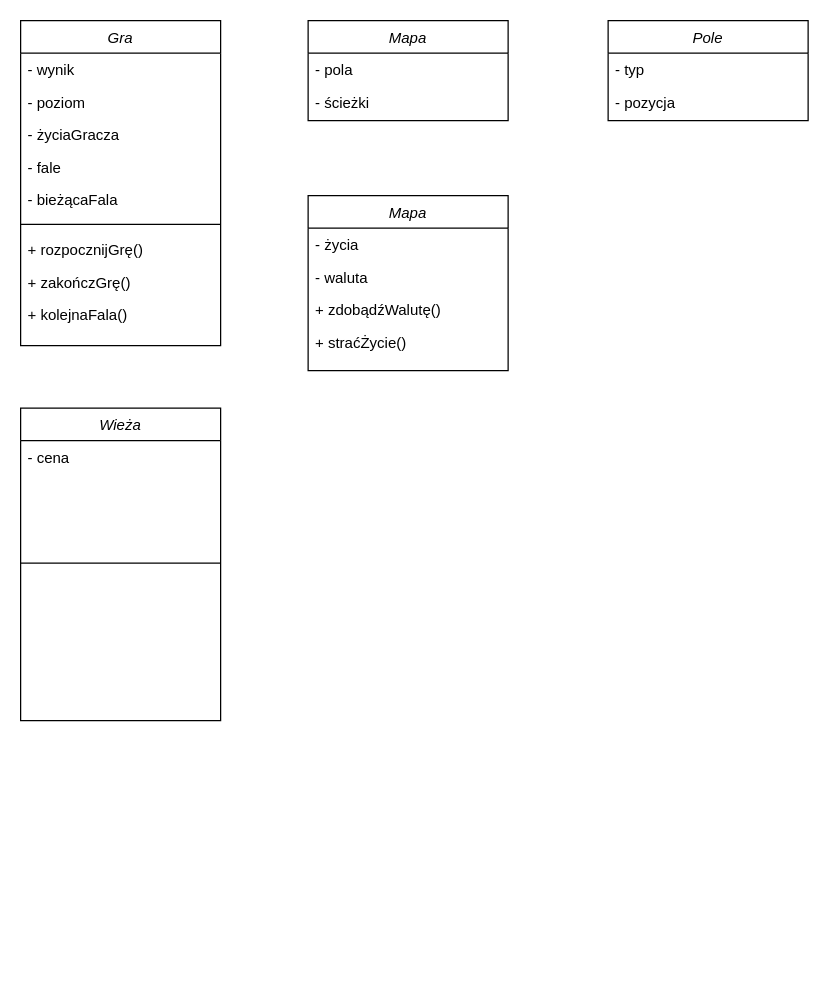
The draw.io diagram DiagramKlas.drawio in StefanMk2/Projekt_td, before the edit. Source tidied: cells renumbered, new cells numbered last; positions are measured from the earlier drawing's top-left corner, leaving out a move shared by most shapes. Both pictures are drawn from the tidied source at 125%, with x=0, y=0 at pixel (20, 20).
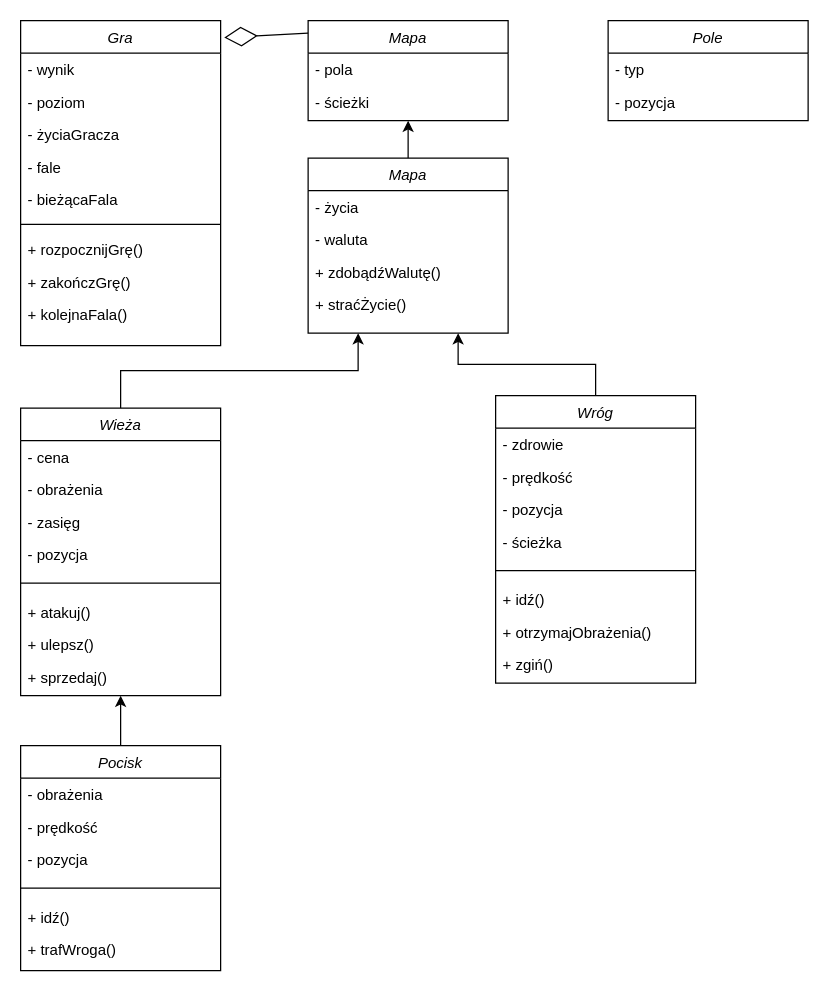
Above is the later version.

Unchanged cells that the change refers to:
```xml
<mxCell id="2" value="Gra" style="swimlane;fontStyle=2;align=center;verticalAlign=top;horizontal=1;startSize=26;rounded=0;shadow=0;strokeWidth=1;" parent="1" vertex="1">
  <mxGeometry width="160" height="260" as="geometry" />
</mxCell>
<mxCell id="12" value="Mapa" style="swimlane;fontStyle=2;align=center;verticalAlign=top;horizontal=1;startSize=26;rounded=0;shadow=0;strokeWidth=1;" parent="1" vertex="1">
  <mxGeometry x="230" width="160" height="80" as="geometry" />
</mxCell>
```

The edit, as a diff of the source:
```diff
@@
+    <mxCell id="27" style="edgeStyle=orthogonalEdgeStyle;rounded=0;jettySize=auto;html=1;entryX=0.25;entryY=1;entryDx=0;entryDy=0;exitX=0.5;exitY=0;exitDx=0;exitDy=0;" parent="1" edge="1" source="15" target="22">
+      <mxGeometry relative="1" as="geometry" />
+    </mxCell>
     <mxCell id="15" value="Wieża" style="swimlane;fontStyle=2;align=center;verticalAlign=top;horizontal=1;startSize=26;rounded=0;shadow=0;strokeWidth=1;" parent="1" vertex="1">
-      <mxGeometry y="310" width="160" height="250" as="geometry" />
+      <mxGeometry y="310" width="160" height="230" as="geometry" />
     </mxCell>
@@
-    <mxCell id="17" value="&#10;" style="text;align=left;verticalAlign=top;spacingLeft=4;spacingRight=4;overflow=hidden;rounded=0;shadow=0;html=0;" parent="15" vertex="1">
+    <mxCell id="17" value="- obrażenia" style="text;align=left;verticalAlign=top;spacingLeft=4;spacingRight=4;overflow=hidden;rounded=0;shadow=0;html=0;" parent="15" vertex="1">
       <mxGeometry y="52" width="160" height="26" as="geometry" />
     </mxCell>
+    <mxCell id="28" value="- zasięg" style="text;align=left;verticalAlign=top;spacingLeft=4;spacingRight=4;overflow=hidden;rounded=0;shadow=0;html=0;" parent="15" vertex="1">
+      <mxGeometry y="78" width="160" height="26" as="geometry" />
+    </mxCell>
+    <mxCell id="29" value="- pozycja" style="text;align=left;verticalAlign=top;spacingLeft=4;spacingRight=4;overflow=hidden;rounded=0;shadow=0;html=0;" parent="15" vertex="1">
+      <mxGeometry y="104" width="160" height="26" as="geometry" />
+    </mxCell>
     <mxCell id="18" style="line;html=1;strokeWidth=1;align=left;verticalAlign=middle;spacingTop=-1;spacingLeft=3;spacingRight=3;labelPosition=right;" parent="15" vertex="1">
-      <mxGeometry y="78" width="160" height="92" as="geometry" />
+      <mxGeometry y="130" width="160" height="20" as="geometry" />
     </mxCell>
+    <mxCell id="30" value="+ atakuj()" style="text;align=left;verticalAlign=top;spacingLeft=4;spacingRight=4;overflow=hidden;rounded=0;shadow=0;html=0;" parent="15" vertex="1">
+      <mxGeometry y="150" width="160" height="26" as="geometry" />
+    </mxCell>
+    <mxCell id="31" value="+ ulepsz()" style="text;align=left;verticalAlign=top;spacingLeft=4;spacingRight=4;overflow=hidden;rounded=0;shadow=0;html=0;" parent="15" vertex="1">
+      <mxGeometry y="176" width="160" height="26" as="geometry" />
+    </mxCell>
+    <mxCell id="32" value="+ sprzedaj()" style="text;align=left;verticalAlign=top;spacingLeft=4;spacingRight=4;overflow=hidden;rounded=0;shadow=0;html=0;" parent="15" vertex="1">
+      <mxGeometry y="202" width="160" height="26" as="geometry" />
+    </mxCell>
@@
+    <mxCell id="33" style="edgeStyle=orthogonalEdgeStyle;rounded=0;jettySize=auto;html=1;entryX=0.5;entryY=1;entryDx=0;entryDy=0;" parent="1" edge="1" source="22" target="12">
+      <mxGeometry relative="1" as="geometry" />
+    </mxCell>
     <mxCell id="22" value="Mapa" style="swimlane;fontStyle=2;align=center;verticalAlign=top;horizontal=1;startSize=26;rounded=0;shadow=0;strokeWidth=1;" parent="1" vertex="1">
-      <mxGeometry x="230" y="140" width="160" height="140" as="geometry" />
+      <mxGeometry x="230" y="110" width="160" height="140" as="geometry" />
     </mxCell>
@@
+    <mxCell id="34" style="edgeStyle=orthogonalEdgeStyle;rounded=0;jettySize=auto;html=1;entryX=0.75;entryY=1;entryDx=0;entryDy=0;" parent="1" edge="1" source="35" target="22">
+      <mxGeometry relative="1" as="geometry" />
+    </mxCell>
+    <mxCell id="35" value="Wróg" style="swimlane;fontStyle=2;align=center;verticalAlign=top;horizontal=1;startSize=26;rounded=0;shadow=0;strokeWidth=1;" parent="1" vertex="1">
+      <mxGeometry x="380" y="300" width="160" height="230" as="geometry" />
+    </mxCell>
+    <mxCell id="36" value="- zdrowie" style="text;align=left;verticalAlign=top;spacingLeft=4;spacingRight=4;overflow=hidden;" parent="35" vertex="1">
+      <mxGeometry y="26" width="160" height="26" as="geometry" />
+    </mxCell>
+    <mxCell id="37" value="- prędkość" style="text;align=left;verticalAlign=top;spacingLeft=4;spacingRight=4;overflow=hidden;rounded=0;shadow=0;html=0;" parent="35" vertex="1">
+      <mxGeometry y="52" width="160" height="26" as="geometry" />
+    </mxCell>
+    <mxCell id="38" value="- pozycja" style="text;align=left;verticalAlign=top;spacingLeft=4;spacingRight=4;overflow=hidden;rounded=0;shadow=0;html=0;" parent="35" vertex="1">
+      <mxGeometry y="78" width="160" height="26" as="geometry" />
+    </mxCell>
+    <mxCell id="39" value="- ścieżka" style="text;align=left;verticalAlign=top;spacingLeft=4;spacingRight=4;overflow=hidden;rounded=0;shadow=0;html=0;" parent="35" vertex="1">
+      <mxGeometry y="104" width="160" height="26" as="geometry" />
+    </mxCell>
+    <mxCell id="40" style="line;html=1;strokeWidth=1;align=left;verticalAlign=middle;spacingTop=-1;spacingLeft=3;spacingRight=3;labelPosition=right;" parent="35" vertex="1">
+      <mxGeometry y="130" width="160" height="20" as="geometry" />
+    </mxCell>
+    <mxCell id="41" value="+ idź()" style="text;align=left;verticalAlign=top;spacingLeft=4;spacingRight=4;overflow=hidden;rounded=0;shadow=0;html=0;" parent="35" vertex="1">
+      <mxGeometry y="150" width="160" height="26" as="geometry" />
+    </mxCell>
+    <mxCell id="42" value="+ otrzymajObrażenia()" style="text;align=left;verticalAlign=top;spacingLeft=4;spacingRight=4;overflow=hidden;rounded=0;shadow=0;html=0;" parent="35" vertex="1">
+      <mxGeometry y="176" width="160" height="26" as="geometry" />
+    </mxCell>
+    <mxCell id="43" value="+ zgiń()" style="text;align=left;verticalAlign=top;spacingLeft=4;spacingRight=4;overflow=hidden;rounded=0;shadow=0;html=0;" parent="35" vertex="1">
+      <mxGeometry y="202" width="160" height="26" as="geometry" />
+    </mxCell>
+    <mxCell id="44" style="edgeStyle=orthogonalEdgeStyle;rounded=0;jettySize=auto;html=1;entryX=0.5;entryY=1;entryDx=0;entryDy=0;" parent="1" edge="1" source="45" target="15">
+      <mxGeometry relative="1" as="geometry" />
+    </mxCell>
+    <mxCell id="45" value="Pocisk" style="swimlane;fontStyle=2;align=center;verticalAlign=top;horizontal=1;startSize=26;rounded=0;shadow=0;strokeWidth=1;" parent="1" vertex="1">
+      <mxGeometry y="580" width="160" height="180" as="geometry" />
+    </mxCell>
+    <mxCell id="46" value="- obrażenia" style="text;align=left;verticalAlign=top;spacingLeft=4;spacingRight=4;overflow=hidden;" parent="45" vertex="1">
+      <mxGeometry y="26" width="160" height="26" as="geometry" />
+    </mxCell>
+    <mxCell id="47" value="- prędkość" style="text;align=left;verticalAlign=top;spacingLeft=4;spacingRight=4;overflow=hidden;rounded=0;shadow=0;html=0;" parent="45" vertex="1">
+      <mxGeometry y="52" width="160" height="26" as="geometry" />
+    </mxCell>
+    <mxCell id="48" value="- pozycja&#10;" style="text;align=left;verticalAlign=top;spacingLeft=4;spacingRight=4;overflow=hidden;rounded=0;shadow=0;html=0;" parent="45" vertex="1">
+      <mxGeometry y="78" width="160" height="26" as="geometry" />
+    </mxCell>
+    <mxCell id="49" style="line;html=1;strokeWidth=1;align=left;verticalAlign=middle;spacingTop=-1;spacingLeft=3;spacingRight=3;labelPosition=right;" parent="45" vertex="1">
+      <mxGeometry y="104" width="160" height="20" as="geometry" />
+    </mxCell>
+    <mxCell id="50" value="+ idź()" style="text;align=left;verticalAlign=top;spacingLeft=4;spacingRight=4;overflow=hidden;rounded=0;shadow=0;html=0;" parent="45" vertex="1">
+      <mxGeometry y="124" width="160" height="26" as="geometry" />
+    </mxCell>
+    <mxCell id="51" value="+ trafWroga()" style="text;align=left;verticalAlign=top;spacingLeft=4;spacingRight=4;overflow=hidden;rounded=0;shadow=0;html=0;" parent="45" vertex="1">
+      <mxGeometry y="150" width="160" height="26" as="geometry" />
+    </mxCell>
+    <mxCell id="52" style="endArrow=diamondThin;endFill=0;endSize=24;html=1;rounded=0;entryX=1.018;entryY=0.052;entryDx=0;entryDy=0;entryPerimeter=0;exitX=0;exitY=0.125;exitDx=0;exitDy=0;exitPerimeter=0;" parent="1" edge="1" source="12" target="2">
+      <mxGeometry relative="1" as="geometry" />
+    </mxCell>
```
